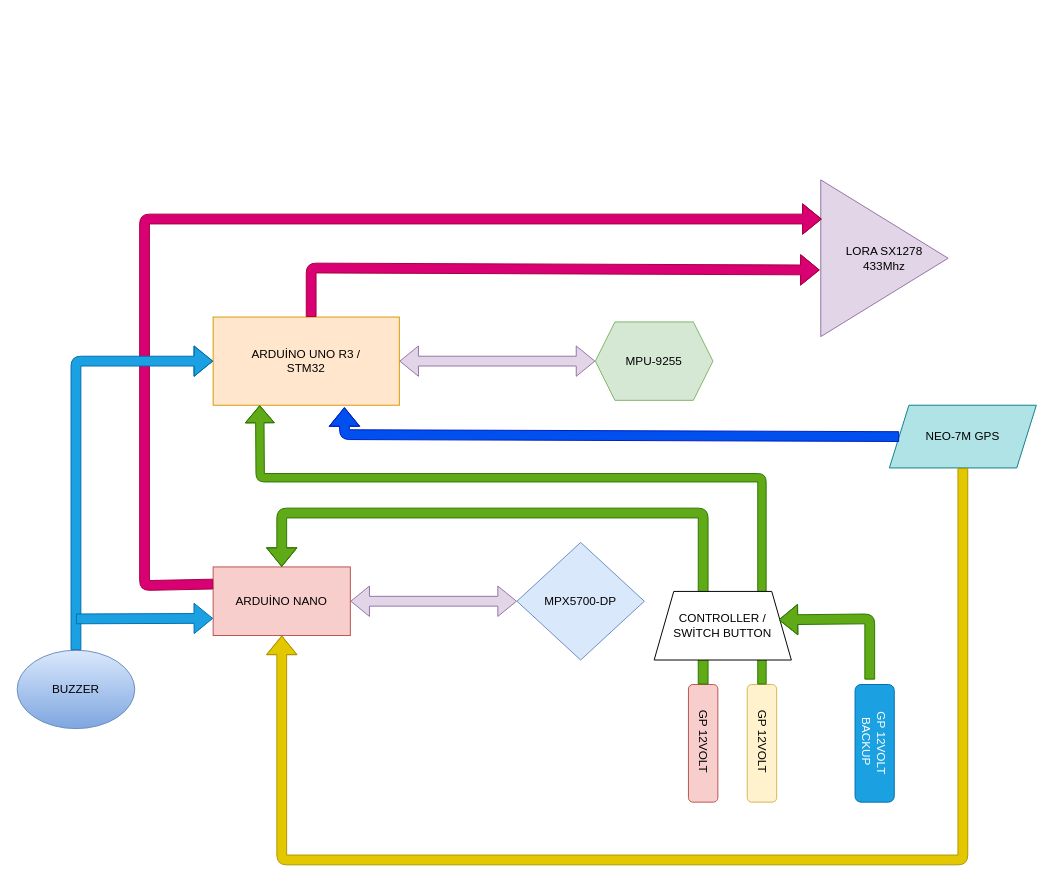
The draw.io diagram JANROK_electric.drawio in bugraduz/D-AGRAM, before the edit. Source tidied: cells renumbered, new cells numbered last; positions are measured from the earlier drawing's top-left corner, leaving out a move shared by most shapes. Both pictures are drawn from the tidied source at 98%, with x=0, y=0 at pixel (17, 179).
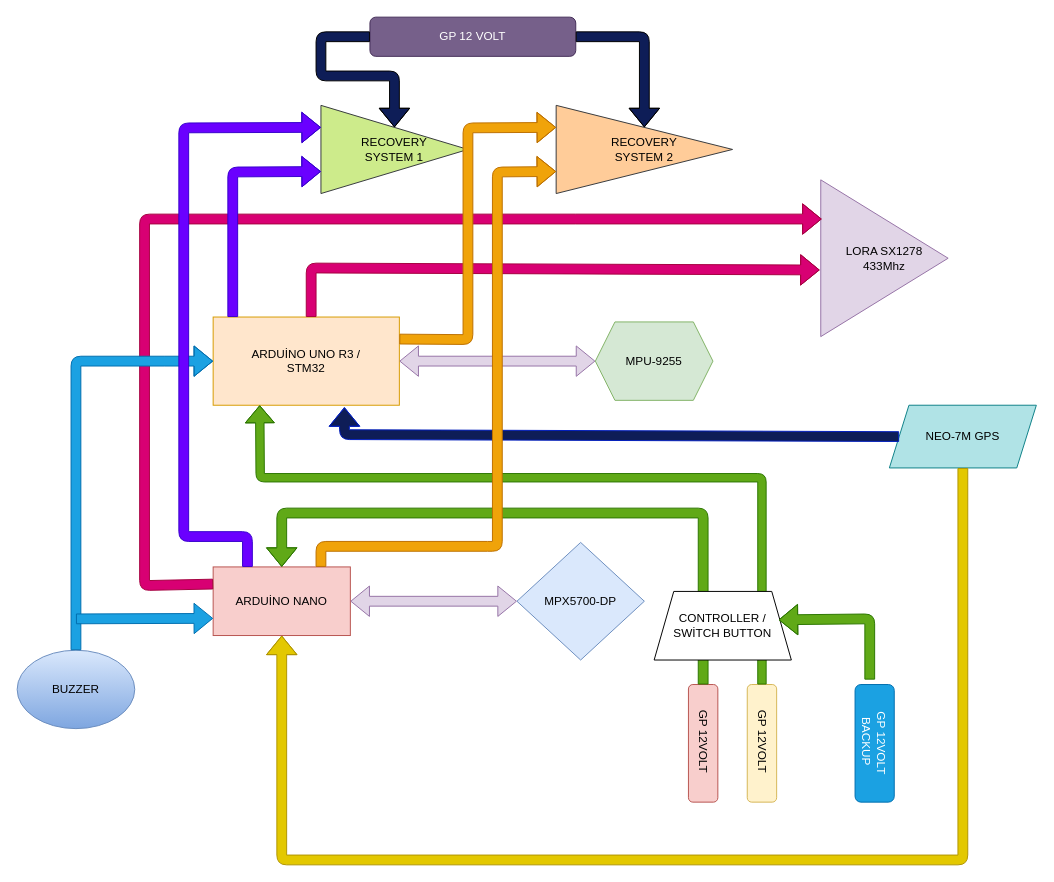
Above is the later version.

Unchanged cells that the change refers to:
```xml
<mxCell id="2" value="ARDUİNO UNO R3 / &lt;br&gt;STM32" style="rounded=0;whiteSpace=wrap;html=1;align=center;fillColor=#ffe6cc;strokeColor=#d79b00;" parent="1" vertex="1">
  <mxGeometry x="200" y="140" width="190" height="90" as="geometry" />
</mxCell>
<mxCell id="5" value="ARDUİNO NANO" style="rounded=0;whiteSpace=wrap;html=1;fillColor=#f8cecc;strokeColor=#b85450;" parent="1" vertex="1">
  <mxGeometry x="200" y="395" width="140" height="70" as="geometry" />
</mxCell>
<mxCell id="18" value="NEO-7M GPS" style="shape=parallelogram;perimeter=parallelogramPerimeter;whiteSpace=wrap;html=1;fixedSize=1;fillColor=#b0e3e6;strokeColor=#0e8088;" parent="1" vertex="1">
  <mxGeometry x="890" y="230" width="150" height="64" as="geometry" />
</mxCell>
<mxCell id="21" value="BUZZER" style="ellipse;whiteSpace=wrap;html=1;gradientColor=#7ea6e0;fillColor=#dae8fc;strokeColor=#6c8ebf;" parent="1" vertex="1">
  <mxGeometry y="480" width="120" height="80" as="geometry" />
</mxCell>
```

Diff of the diagram source:
```diff
@@
-    <mxCell id="19" style="shape=flexArrow;endArrow=classic;html=1;entryX=0.705;entryY=1.022;entryDx=0;entryDy=0;exitX=0;exitY=0.5;exitDx=0;exitDy=0;entryPerimeter=0;fillColor=#0050ef;strokeColor=#001DBC;" parent="1" edge="1" source="18" target="2">
+    <mxCell id="19" style="shape=flexArrow;endArrow=classic;html=1;entryX=0.705;entryY=1.022;entryDx=0;entryDy=0;exitX=0;exitY=0.5;exitDx=0;exitDy=0;entryPerimeter=0;strokeColor=#001DBC;fillColor=#0E1D57;" parent="1" edge="1" source="18" target="2">
       <mxGeometry relative="1" as="geometry">
         <Array as="points">
           <mxPoint x="334" y="260" />
         </Array>
       </mxGeometry>
     </mxCell>
@@
     <mxCell id="22" style="shape=flexArrow;endArrow=classic;html=1;exitX=0.5;exitY=0;exitDx=0;exitDy=0;entryX=0;entryY=0.5;entryDx=0;entryDy=0;fillColor=#1ba1e2;strokeColor=#006EAF;" parent="1" edge="1" source="21" target="2">
       <mxGeometry relative="1" as="geometry">
         <Array as="points">
           <mxPoint x="60" y="185" />
+          <mxPoint x="150" y="185" />
         </Array>
       </mxGeometry>
     </mxCell>
@@
+    <mxCell id="24" value="RECOVERY &lt;br&gt;SYSTEM 1" style="triangle;whiteSpace=wrap;html=1;fillColor=#cdeb8b;strokeColor=#36393d;" parent="1" vertex="1">
+      <mxGeometry x="310" y="-76" width="150" height="90" as="geometry" />
+    </mxCell>
+    <mxCell id="25" value="RECOVERY &lt;br&gt;SYSTEM 2" style="triangle;whiteSpace=wrap;html=1;fillColor=#ffcc99;strokeColor=#36393d;" parent="1" vertex="1">
+      <mxGeometry x="550" y="-76" width="180" height="90" as="geometry" />
+    </mxCell>
+    <mxCell id="26" style="shape=flexArrow;endArrow=classic;html=1;entryX=0;entryY=0.75;entryDx=0;entryDy=0;fillColor=#6a00ff;strokeColor=#3700CC;" parent="1" edge="1" target="24">
+      <mxGeometry relative="1" as="geometry">
+        <mxPoint x="220" y="140" as="sourcePoint" />
+        <Array as="points">
+          <mxPoint x="220" y="-8" />
+        </Array>
+      </mxGeometry>
+    </mxCell>
+    <mxCell id="27" style="shape=flexArrow;endArrow=classic;html=1;entryX=0;entryY=0.25;entryDx=0;entryDy=0;exitX=1;exitY=0.25;exitDx=0;exitDy=0;fillColor=#f0a30a;strokeColor=#BD7000;" parent="1" edge="1" source="2" target="25">
+      <mxGeometry relative="1" as="geometry">
+        <Array as="points">
+          <mxPoint x="460" y="163" />
+          <mxPoint x="460" y="-53" />
+        </Array>
+      </mxGeometry>
+    </mxCell>
+    <mxCell id="28" style="shape=flexArrow;endArrow=classic;html=1;entryX=0;entryY=0.25;entryDx=0;entryDy=0;fillColor=#6a00ff;strokeColor=#3700CC;exitX=0.25;exitY=0;exitDx=0;exitDy=0;" parent="1" edge="1" source="5" target="24">
+      <mxGeometry relative="1" as="geometry">
+        <Array as="points">
+          <mxPoint x="235" y="364" />
+          <mxPoint x="170" y="364" />
+          <mxPoint x="170" y="-53" />
+        </Array>
+      </mxGeometry>
+    </mxCell>
+    <mxCell id="29" style="shape=flexArrow;endArrow=classic;html=1;entryX=0;entryY=0.75;entryDx=0;entryDy=0;fillColor=#f0a30a;strokeColor=#BD7000;" parent="1" edge="1" target="25">
+      <mxGeometry relative="1" as="geometry">
+        <mxPoint x="310" y="395" as="sourcePoint" />
+        <Array as="points">
+          <mxPoint x="310" y="374" />
+          <mxPoint x="480" y="374" />
+          <mxPoint x="490" y="374" />
+          <mxPoint x="490" y="-8" />
+        </Array>
+      </mxGeometry>
+    </mxCell>
+    <mxCell id="30" value="GP 12 VOLT" style="rounded=1;whiteSpace=wrap;html=1;fillColor=#76608a;strokeColor=#432D57;fontColor=#ffffff;" parent="1" vertex="1">
+      <mxGeometry x="360" y="-166" width="210" height="40" as="geometry" />
+    </mxCell>
+    <mxCell id="31" style="shape=flexArrow;endArrow=classic;html=1;fillColor=#0E1D57;entryX=0.5;entryY=0;entryDx=0;entryDy=0;exitX=0;exitY=0.5;exitDx=0;exitDy=0;" parent="1" edge="1" source="30" target="24">
+      <mxGeometry relative="1" as="geometry">
+        <Array as="points">
+          <mxPoint x="310" y="-146" />
+          <mxPoint x="310" y="-106" />
+          <mxPoint x="385" y="-106" />
+        </Array>
+      </mxGeometry>
+    </mxCell>
+    <mxCell id="32" style="shape=flexArrow;endArrow=classic;html=1;fillColor=#0E1D57;entryX=0.5;entryY=0;entryDx=0;entryDy=0;exitX=1;exitY=0.5;exitDx=0;exitDy=0;" parent="1" edge="1" source="30" target="25">
+      <mxGeometry relative="1" as="geometry">
+        <Array as="points">
+          <mxPoint x="640" y="-146" />
+        </Array>
+      </mxGeometry>
+    </mxCell>
```
